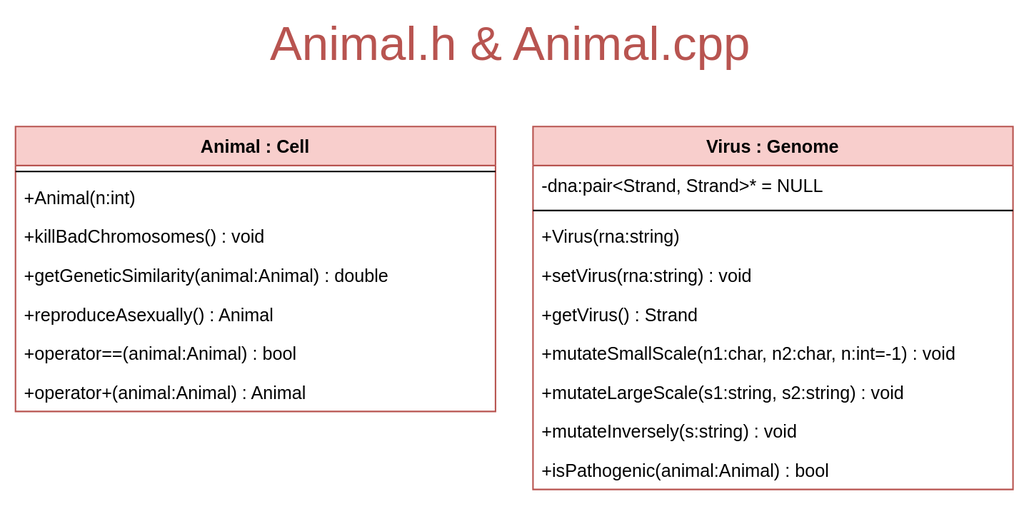
This is schema/classes/Animal.drawio.svg from k-forghani/class-of-life, a draw.io export, as it was before one commit. Source tidied: cells renumbered, new cells last; positions are measured from the earlier drawing's top-left corner, leaving out a move shared by most shapes.
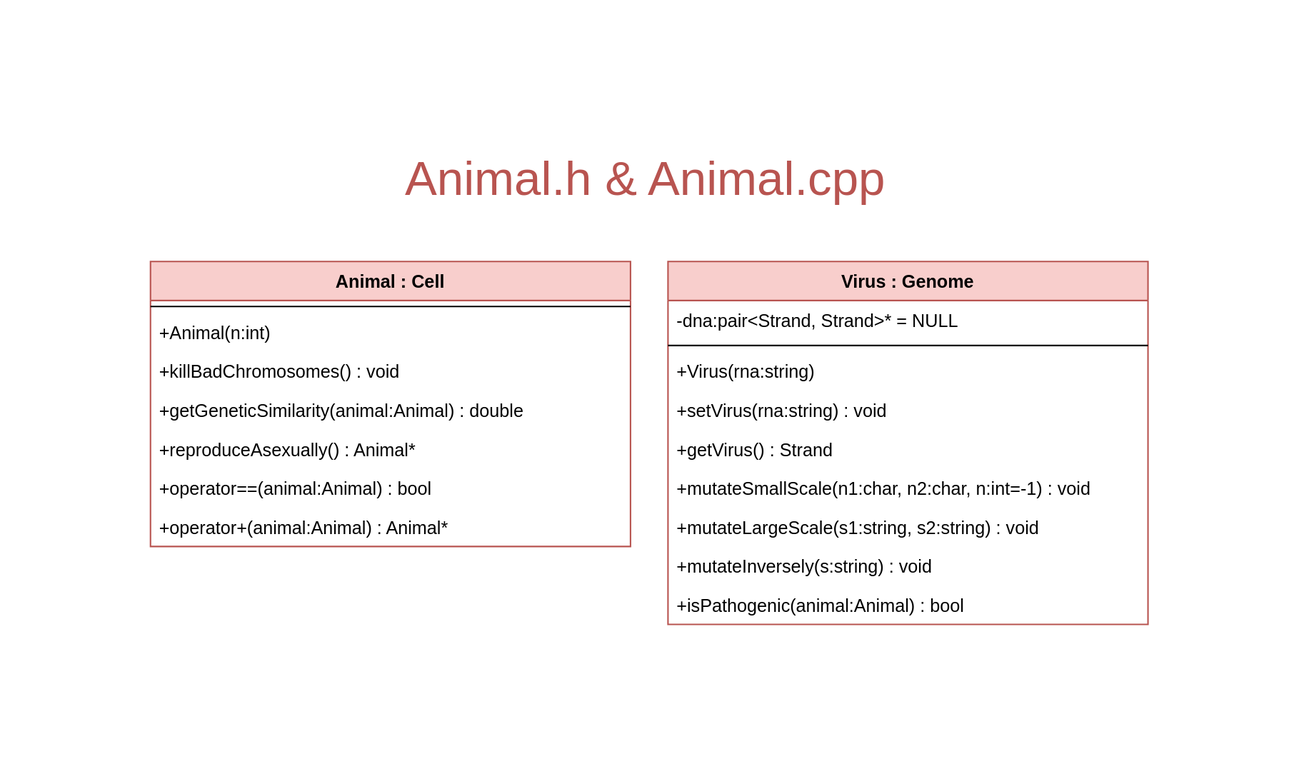
After the change.

Commit message:
Added commands for Animal

What changed in the source:
```diff
@@ -47,13 +47,13 @@
     <mxCell id="16" value="+getGeneticSimilarity(animal:Animal) : double" style="text;align=left;verticalAlign=top;spacingLeft=4;spacingRight=4;overflow=hidden;" parent="12" vertex="1">
       <mxGeometry y="86" width="320" height="26" as="geometry" />
     </mxCell>
-    <mxCell id="17" value="+reproduceAsexually() : Animal" style="text;align=left;verticalAlign=top;spacingLeft=4;spacingRight=4;overflow=hidden;" parent="12" vertex="1">
+    <mxCell id="17" value="+reproduceAsexually() : Animal*" style="text;align=left;verticalAlign=top;spacingLeft=4;spacingRight=4;overflow=hidden;" parent="12" vertex="1">
       <mxGeometry y="112" width="320" height="26" as="geometry" />
     </mxCell>
     <mxCell id="18" value="+operator==(animal:Animal) : bool" style="text;align=left;verticalAlign=top;spacingLeft=4;spacingRight=4;overflow=hidden;" parent="12" vertex="1">
       <mxGeometry y="138" width="320" height="26" as="geometry" />
     </mxCell>
-    <mxCell id="19" value="+operator+(animal:Animal) : Animal" style="text;align=left;verticalAlign=top;spacingLeft=4;spacingRight=4;overflow=hidden;" parent="12" vertex="1">
+    <mxCell id="19" value="+operator+(animal:Animal) : Animal*" style="text;align=left;verticalAlign=top;spacingLeft=4;spacingRight=4;overflow=hidden;" parent="12" vertex="1">
       <mxGeometry y="164" width="320" height="26" as="geometry" />
     </mxCell>
     <mxCell id="20" value="&lt;span style=&quot;font-size: 32px;&quot;&gt;Animal.h&lt;/span&gt; &amp;amp; &lt;span style=&quot;font-size: 32px;&quot;&gt;Animal.cpp&lt;/span&gt;" style="text;html=1;strokeColor=none;fillColor=none;align=center;verticalAlign=middle;whiteSpace=wrap;rounded=0;fontSize=32;fontColor=#B85450;" parent="1" vertex="1">
```
